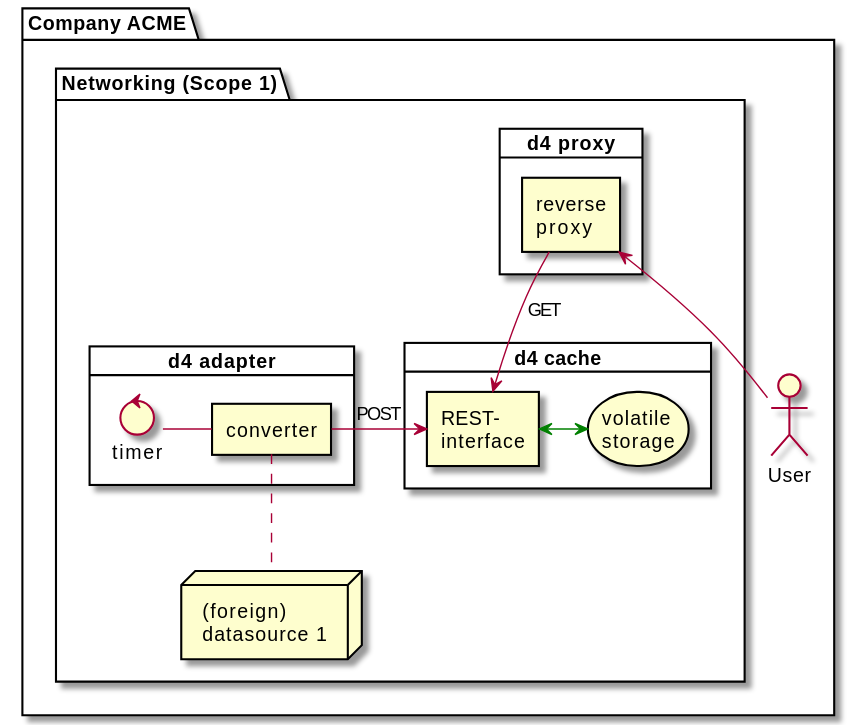
This is docs/deployment/plantuml/pictures/compay_acme_min06.svg from smart-energy-di/d4, a PlantUML export, as it was before one commit.
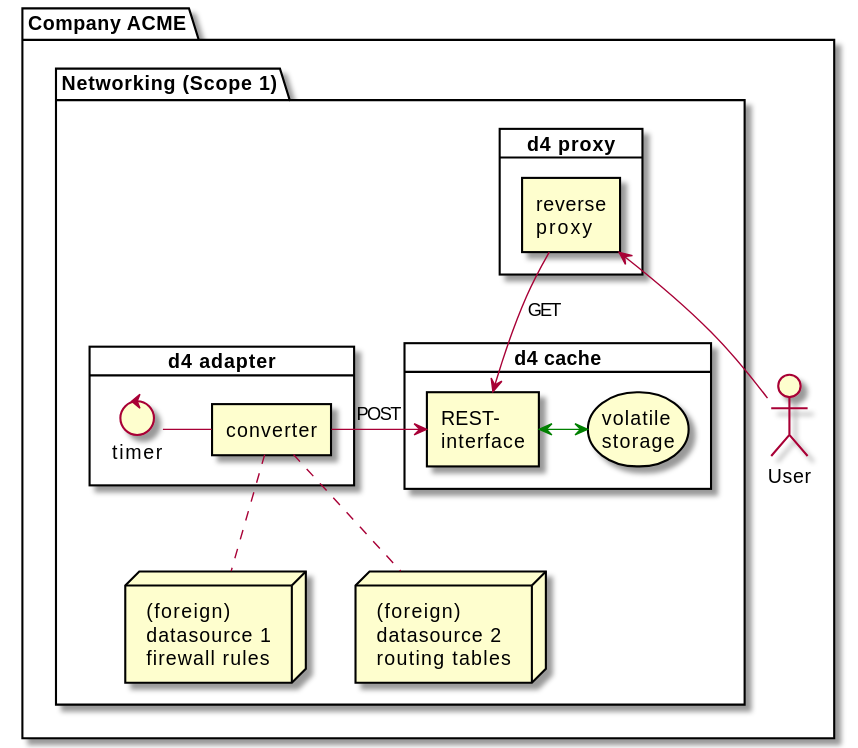
After the change.

Change to the diagram source:
```diff
@@ -2,7 +2,7 @@
 !include include/d4_inc_scope.puml
 
 package ca as "Company ACME" {
-    $d4scope(ca, scp1, "Networking (Scope 1)", $show_ds1=true, $show_ds2=false, $show_ds3=false, $show_rproxy=true, $show_cache=true, $show_ui=false, $show_ui_user=false, $show_adpt=true)
+    $d4scope(ca, scp1, "Networking (Scope 1)", $show_ds1=true, $show_ds2=true, $show_rproxy=true, $show_cache=true, $show_ui=false, $show_ui_user=false, $show_adpt=true)
     actor ca_scp1_d4_actor_rproxy as "User"
     ca_scp1_d4_prxy_conv <-- ca_scp1_d4_actor_rproxy
 
```
